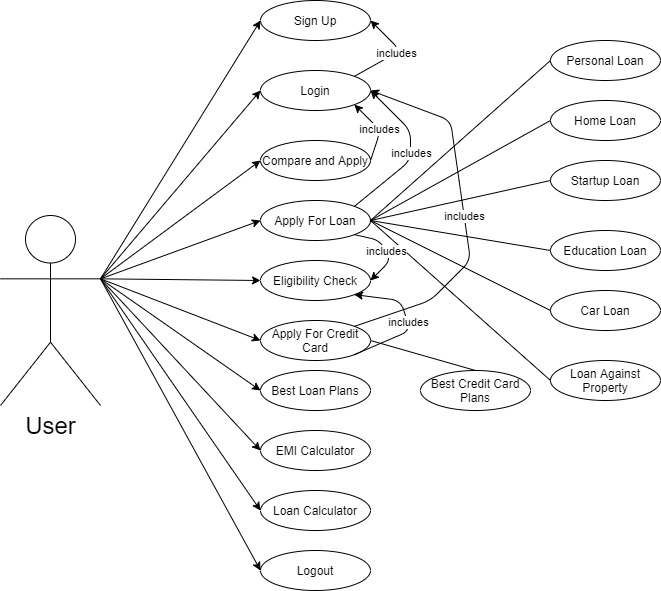
Before: Documentation/User Use Case Diagram.drawio.png, a diagram exported from draw.io (Arshad360/Easy-Bank). Source tidied: cells renumbered, new cells last; positions are measured from the earlier drawing's top-left corner, leaving out a move shared by most shapes. The source it was exported from:
```xml
<mxGraphModel>
  <root>
    <mxCell id="0" />
    <mxCell id="1" parent="0" />
    <mxCell id="2" style="endArrow=classic;html=1;exitX=1;exitY=0;exitDx=0;exitDy=0;entryX=1;entryY=0.5;entryDx=0;entryDy=0;" parent="1" edge="1" source="8" target="5">
      <mxGeometry relative="1" as="geometry">
        <Array as="points">
          <mxPoint x="410" y="160" />
          <mxPoint x="410" y="130" />
        </Array>
      </mxGeometry>
    </mxCell>
    <mxCell id="3" value="includes" style="edgeLabel;html=1;align=center;verticalAlign=middle;" parent="2" vertex="1">
      <mxGeometry relative="1" as="geometry" />
    </mxCell>
    <mxCell id="4" value="&lt;font style=&quot;font-size: 24px&quot;&gt;User&lt;/font&gt;" style="shape=umlActor;verticalLabelPosition=bottom;verticalAlign=top;html=1;outlineConnect=0;" parent="1" vertex="1">
      <mxGeometry y="215" width="100" height="190" as="geometry" />
    </mxCell>
    <mxCell id="5" value="Login" style="ellipse;whiteSpace=wrap;html=1;" parent="1" vertex="1">
      <mxGeometry x="260" y="70" width="110" height="40" as="geometry" />
    </mxCell>
    <mxCell id="6" value="Compare and Apply" style="ellipse;whiteSpace=wrap;html=1;" parent="1" vertex="1">
      <mxGeometry x="260" y="140" width="110" height="40" as="geometry" />
    </mxCell>
    <mxCell id="7" value="Apply For Credit Card" style="ellipse;whiteSpace=wrap;html=1;" parent="1" vertex="1">
      <mxGeometry x="260" y="320" width="110" height="40" as="geometry" />
    </mxCell>
    <mxCell id="8" value="Apply For Loan" style="ellipse;whiteSpace=wrap;html=1;" parent="1" vertex="1">
      <mxGeometry x="260" y="200" width="110" height="40" as="geometry" />
    </mxCell>
    <mxCell id="9" value="Sign Up" style="ellipse;whiteSpace=wrap;html=1;" parent="1" vertex="1">
      <mxGeometry x="260" width="110" height="40" as="geometry" />
    </mxCell>
    <mxCell id="10" value="Logout" style="ellipse;whiteSpace=wrap;html=1;" parent="1" vertex="1">
      <mxGeometry x="260" y="550" width="110" height="40" as="geometry" />
    </mxCell>
    <mxCell id="11" value="Eligibility Check" style="ellipse;whiteSpace=wrap;html=1;" parent="1" vertex="1">
      <mxGeometry x="260" y="260" width="110" height="40" as="geometry" />
    </mxCell>
    <mxCell id="12" value="Best Credit Card Plans" style="ellipse;whiteSpace=wrap;html=1;" parent="1" vertex="1">
      <mxGeometry x="420" y="370" width="110" height="40" as="geometry" />
    </mxCell>
    <mxCell id="13" value="Best Loan Plans" style="ellipse;whiteSpace=wrap;html=1;" parent="1" vertex="1">
      <mxGeometry x="260" y="370" width="110" height="40" as="geometry" />
    </mxCell>
    <mxCell id="14" value="Home Loan" style="ellipse;whiteSpace=wrap;html=1;" parent="1" vertex="1">
      <mxGeometry x="550" y="100" width="110" height="40" as="geometry" />
    </mxCell>
    <mxCell id="15" value="Startup Loan" style="ellipse;whiteSpace=wrap;html=1;" parent="1" vertex="1">
      <mxGeometry x="550" y="160" width="110" height="40" as="geometry" />
    </mxCell>
    <mxCell id="16" value="Education Loan" style="ellipse;whiteSpace=wrap;html=1;" parent="1" vertex="1">
      <mxGeometry x="550" y="230" width="110" height="40" as="geometry" />
    </mxCell>
    <mxCell id="17" value="Car Loan" style="ellipse;whiteSpace=wrap;html=1;" parent="1" vertex="1">
      <mxGeometry x="550" y="290" width="110" height="40" as="geometry" />
    </mxCell>
    <mxCell id="18" value="Loan Against Property" style="ellipse;whiteSpace=wrap;html=1;" parent="1" vertex="1">
      <mxGeometry x="550" y="360" width="110" height="40" as="geometry" />
    </mxCell>
    <mxCell id="19" value="Personal Loan" style="ellipse;whiteSpace=wrap;html=1;" parent="1" vertex="1">
      <mxGeometry x="550" y="40" width="110" height="40" as="geometry" />
    </mxCell>
    <mxCell id="20" style="endArrow=classic;html=1;exitX=1;exitY=0.3333333333333333;exitDx=0;exitDy=0;exitPerimeter=0;entryX=0;entryY=0.5;entryDx=0;entryDy=0;" parent="1" edge="1" source="4" target="9">
      <mxGeometry relative="1" as="geometry" />
    </mxCell>
    <mxCell id="21" style="endArrow=classic;html=1;exitX=1;exitY=0.3333333333333333;exitDx=0;exitDy=0;exitPerimeter=0;entryX=0;entryY=0.5;entryDx=0;entryDy=0;" parent="1" edge="1" source="4" target="5">
      <mxGeometry relative="1" as="geometry" />
    </mxCell>
    <mxCell id="22" style="endArrow=classic;html=1;entryX=0;entryY=0.5;entryDx=0;entryDy=0;exitX=1;exitY=0.3333333333333333;exitDx=0;exitDy=0;exitPerimeter=0;" parent="1" edge="1" source="4" target="6">
      <mxGeometry relative="1" as="geometry" />
    </mxCell>
    <mxCell id="23" style="endArrow=classic;html=1;entryX=0;entryY=0.5;entryDx=0;entryDy=0;exitX=1;exitY=0.3333333333333333;exitDx=0;exitDy=0;exitPerimeter=0;" parent="1" edge="1" source="4" target="8">
      <mxGeometry relative="1" as="geometry" />
    </mxCell>
    <mxCell id="24" style="endArrow=classic;html=1;entryX=0;entryY=0.5;entryDx=0;entryDy=0;exitX=1;exitY=0.3333333333333333;exitDx=0;exitDy=0;exitPerimeter=0;" parent="1" edge="1" source="4" target="11">
      <mxGeometry relative="1" as="geometry" />
    </mxCell>
    <mxCell id="25" style="endArrow=classic;html=1;entryX=0;entryY=0.5;entryDx=0;entryDy=0;exitX=1;exitY=0.3333333333333333;exitDx=0;exitDy=0;exitPerimeter=0;" parent="1" edge="1" source="4" target="7">
      <mxGeometry relative="1" as="geometry" />
    </mxCell>
    <mxCell id="26" style="endArrow=classic;html=1;exitX=1;exitY=0.3333333333333333;exitDx=0;exitDy=0;exitPerimeter=0;entryX=0;entryY=0.5;entryDx=0;entryDy=0;" parent="1" edge="1" source="4" target="13">
      <mxGeometry relative="1" as="geometry" />
    </mxCell>
    <mxCell id="27" style="endArrow=classic;html=1;exitX=1;exitY=0.3333333333333333;exitDx=0;exitDy=0;exitPerimeter=0;entryX=0;entryY=0.5;entryDx=0;entryDy=0;" parent="1" edge="1" source="4" target="10">
      <mxGeometry relative="1" as="geometry" />
    </mxCell>
    <mxCell id="28" style="endArrow=none;html=1;entryX=0;entryY=0.5;entryDx=0;entryDy=0;exitX=1;exitY=0.5;exitDx=0;exitDy=0;" parent="1" edge="1" source="8" target="14">
      <mxGeometry relative="1" as="geometry" />
    </mxCell>
    <mxCell id="29" style="endArrow=none;html=1;entryX=0;entryY=0.5;entryDx=0;entryDy=0;exitX=1;exitY=0.5;exitDx=0;exitDy=0;" parent="1" edge="1" source="8" target="15">
      <mxGeometry relative="1" as="geometry" />
    </mxCell>
    <mxCell id="30" style="endArrow=none;html=1;entryX=0;entryY=0.5;entryDx=0;entryDy=0;exitX=1;exitY=0.5;exitDx=0;exitDy=0;" parent="1" edge="1" source="8" target="16">
      <mxGeometry relative="1" as="geometry" />
    </mxCell>
    <mxCell id="31" style="endArrow=none;html=1;entryX=0;entryY=0.5;entryDx=0;entryDy=0;exitX=1;exitY=0.5;exitDx=0;exitDy=0;" parent="1" edge="1" source="8" target="17">
      <mxGeometry relative="1" as="geometry" />
    </mxCell>
    <mxCell id="32" style="endArrow=none;html=1;entryX=0;entryY=0.5;entryDx=0;entryDy=0;exitX=1;exitY=0.5;exitDx=0;exitDy=0;" parent="1" edge="1" source="8" target="18">
      <mxGeometry relative="1" as="geometry" />
    </mxCell>
    <mxCell id="33" style="endArrow=none;html=1;entryX=0;entryY=0.5;entryDx=0;entryDy=0;exitX=1;exitY=0.5;exitDx=0;exitDy=0;" parent="1" edge="1" source="8" target="19">
      <mxGeometry relative="1" as="geometry" />
    </mxCell>
    <mxCell id="34" style="endArrow=none;html=1;entryX=0.5;entryY=0;entryDx=0;entryDy=0;exitX=1;exitY=0.5;exitDx=0;exitDy=0;" parent="1" edge="1" source="7" target="12">
      <mxGeometry relative="1" as="geometry" />
    </mxCell>
    <mxCell id="35" value="Loan Calculator" style="ellipse;whiteSpace=wrap;html=1;" parent="1" vertex="1">
      <mxGeometry x="260" y="490" width="110" height="40" as="geometry" />
    </mxCell>
    <mxCell id="36" value="EMI Calculator" style="ellipse;whiteSpace=wrap;html=1;" parent="1" vertex="1">
      <mxGeometry x="260" y="430" width="110" height="40" as="geometry" />
    </mxCell>
    <mxCell id="37" style="endArrow=classic;html=1;entryX=0;entryY=0.5;entryDx=0;entryDy=0;exitX=1;exitY=0.3333333333333333;exitDx=0;exitDy=0;exitPerimeter=0;" parent="1" edge="1" source="4" target="35">
      <mxGeometry relative="1" as="geometry" />
    </mxCell>
    <mxCell id="38" style="endArrow=classic;html=1;exitX=1;exitY=0.3333333333333333;exitDx=0;exitDy=0;exitPerimeter=0;entryX=0;entryY=0.5;entryDx=0;entryDy=0;" parent="1" edge="1" source="4" target="36">
      <mxGeometry relative="1" as="geometry" />
    </mxCell>
    <mxCell id="39" style="endArrow=classic;html=1;exitX=1;exitY=0;exitDx=0;exitDy=0;entryX=1;entryY=0.5;entryDx=0;entryDy=0;" parent="1" edge="1" source="5" target="9">
      <mxGeometry relative="1" as="geometry">
        <Array as="points">
          <mxPoint x="400" y="50" />
        </Array>
      </mxGeometry>
    </mxCell>
    <mxCell id="40" value="includes" style="edgeLabel;html=1;align=center;verticalAlign=middle;" parent="39" vertex="1">
      <mxGeometry relative="1" as="geometry" />
    </mxCell>
    <mxCell id="41" style="endArrow=classic;html=1;exitX=1;exitY=0.5;exitDx=0;exitDy=0;entryX=1;entryY=1;entryDx=0;entryDy=0;" parent="1" edge="1" source="6" target="5">
      <mxGeometry relative="1" as="geometry">
        <Array as="points">
          <mxPoint x="380" y="130" />
        </Array>
      </mxGeometry>
    </mxCell>
    <mxCell id="42" value="includes" style="edgeLabel;html=1;align=center;verticalAlign=middle;" parent="41" vertex="1">
      <mxGeometry relative="1" as="geometry" />
    </mxCell>
    <mxCell id="43" style="endArrow=classic;html=1;exitX=1;exitY=1;exitDx=0;exitDy=0;entryX=1;entryY=0.5;entryDx=0;entryDy=0;" parent="1" edge="1" source="8" target="11">
      <mxGeometry relative="1" as="geometry">
        <Array as="points">
          <mxPoint x="380" y="240" />
          <mxPoint x="390" y="260" />
        </Array>
      </mxGeometry>
    </mxCell>
    <mxCell id="44" value="includes" style="edgeLabel;html=1;align=center;verticalAlign=middle;" parent="43" vertex="1">
      <mxGeometry relative="1" as="geometry" />
    </mxCell>
    <mxCell id="45" style="endArrow=classic;html=1;exitX=1;exitY=1;exitDx=0;exitDy=0;entryX=1;entryY=1;entryDx=0;entryDy=0;" parent="1" edge="1" source="7" target="11">
      <mxGeometry relative="1" as="geometry">
        <Array as="points">
          <mxPoint x="410" y="330" />
          <mxPoint x="400" y="300" />
        </Array>
      </mxGeometry>
    </mxCell>
    <mxCell id="46" value="includes" style="edgeLabel;html=1;align=center;verticalAlign=middle;" parent="45" vertex="1">
      <mxGeometry relative="1" as="geometry" />
    </mxCell>
    <mxCell id="47" style="endArrow=classic;html=1;exitX=1;exitY=0;exitDx=0;exitDy=0;entryX=1;entryY=0.5;entryDx=0;entryDy=0;" parent="1" edge="1" source="7" target="5">
      <mxGeometry relative="1" as="geometry">
        <Array as="points">
          <mxPoint x="430" y="300" />
          <mxPoint x="470" y="260" />
          <mxPoint x="460" y="190" />
          <mxPoint x="450" y="120" />
        </Array>
      </mxGeometry>
    </mxCell>
    <mxCell id="48" value="includes" style="edgeLabel;html=1;align=center;verticalAlign=middle;" parent="47" vertex="1">
      <mxGeometry relative="1" as="geometry" />
    </mxCell>
  </root>
</mxGraphModel>
```
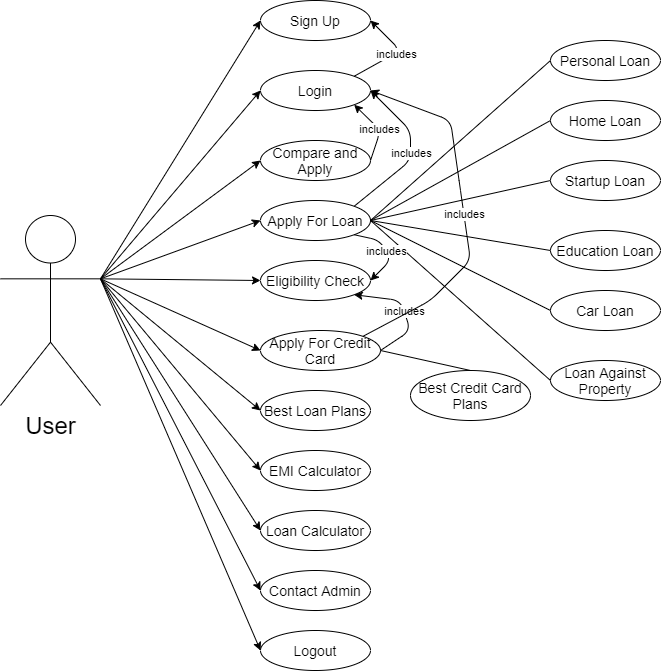
Later version of the same file.

The edit, as a diff of the source:
```diff
@@ -16,49 +16,49 @@
     <mxCell id="4" value="&lt;font style=&quot;font-size: 24px&quot;&gt;User&lt;/font&gt;" style="shape=umlActor;verticalLabelPosition=bottom;verticalAlign=top;html=1;outlineConnect=0;" parent="1" vertex="1">
       <mxGeometry y="215" width="100" height="190" as="geometry" />
     </mxCell>
-    <mxCell id="5" value="Login" style="ellipse;whiteSpace=wrap;html=1;" parent="1" vertex="1">
+    <mxCell id="5" value="&lt;font style=&quot;font-size: 14px&quot;&gt;Login&lt;/font&gt;" style="ellipse;whiteSpace=wrap;html=1;" parent="1" vertex="1">
       <mxGeometry x="260" y="70" width="110" height="40" as="geometry" />
     </mxCell>
-    <mxCell id="6" value="Compare and Apply" style="ellipse;whiteSpace=wrap;html=1;" parent="1" vertex="1">
+    <mxCell id="6" value="&lt;font style=&quot;font-size: 14px&quot;&gt;Compare and Apply&lt;/font&gt;" style="ellipse;whiteSpace=wrap;html=1;" parent="1" vertex="1">
       <mxGeometry x="260" y="140" width="110" height="40" as="geometry" />
     </mxCell>
-    <mxCell id="7" value="Apply For Credit Card" style="ellipse;whiteSpace=wrap;html=1;" parent="1" vertex="1">
-      <mxGeometry x="260" y="320" width="110" height="40" as="geometry" />
+    <mxCell id="7" value="&lt;font style=&quot;font-size: 14px&quot;&gt;Apply For Credit Card&lt;/font&gt;" style="ellipse;whiteSpace=wrap;html=1;" parent="1" vertex="1">
+      <mxGeometry x="260" y="330" width="120" height="40" as="geometry" />
     </mxCell>
-    <mxCell id="8" value="Apply For Loan" style="ellipse;whiteSpace=wrap;html=1;" parent="1" vertex="1">
+    <mxCell id="8" value="&lt;font style=&quot;font-size: 14px&quot;&gt;Apply For Loan&lt;/font&gt;" style="ellipse;whiteSpace=wrap;html=1;" parent="1" vertex="1">
       <mxGeometry x="260" y="200" width="110" height="40" as="geometry" />
     </mxCell>
-    <mxCell id="9" value="Sign Up" style="ellipse;whiteSpace=wrap;html=1;" parent="1" vertex="1">
+    <mxCell id="9" value="&lt;font style=&quot;font-size: 14px&quot;&gt;Sign Up&lt;/font&gt;" style="ellipse;whiteSpace=wrap;html=1;" parent="1" vertex="1">
       <mxGeometry x="260" width="110" height="40" as="geometry" />
     </mxCell>
-    <mxCell id="10" value="Logout" style="ellipse;whiteSpace=wrap;html=1;" parent="1" vertex="1">
-      <mxGeometry x="260" y="550" width="110" height="40" as="geometry" />
+    <mxCell id="10" value="&lt;font style=&quot;font-size: 14px&quot;&gt;Logout&lt;/font&gt;" style="ellipse;whiteSpace=wrap;html=1;" parent="1" vertex="1">
+      <mxGeometry x="260" y="630" width="110" height="40" as="geometry" />
     </mxCell>
-    <mxCell id="11" value="Eligibility Check" style="ellipse;whiteSpace=wrap;html=1;" parent="1" vertex="1">
+    <mxCell id="11" value="&lt;font style=&quot;font-size: 14px&quot;&gt;Eligibility Check&lt;/font&gt;" style="ellipse;whiteSpace=wrap;html=1;" parent="1" vertex="1">
       <mxGeometry x="260" y="260" width="110" height="40" as="geometry" />
     </mxCell>
-    <mxCell id="12" value="Best Credit Card Plans" style="ellipse;whiteSpace=wrap;html=1;" parent="1" vertex="1">
-      <mxGeometry x="420" y="370" width="110" height="40" as="geometry" />
+    <mxCell id="12" value="&lt;font style=&quot;font-size: 14px&quot;&gt;Best Credit Card Plans&lt;/font&gt;" style="ellipse;whiteSpace=wrap;html=1;" parent="1" vertex="1">
+      <mxGeometry x="410" y="370" width="120" height="50" as="geometry" />
     </mxCell>
-    <mxCell id="13" value="Best Loan Plans" style="ellipse;whiteSpace=wrap;html=1;" parent="1" vertex="1">
-      <mxGeometry x="260" y="370" width="110" height="40" as="geometry" />
+    <mxCell id="13" value="&lt;font style=&quot;font-size: 14px&quot;&gt;Best Loan Plans&lt;/font&gt;" style="ellipse;whiteSpace=wrap;html=1;" parent="1" vertex="1">
+      <mxGeometry x="260" y="390" width="110" height="40" as="geometry" />
     </mxCell>
-    <mxCell id="14" value="Home Loan" style="ellipse;whiteSpace=wrap;html=1;" parent="1" vertex="1">
+    <mxCell id="14" value="&lt;font style=&quot;font-size: 14px&quot;&gt;Home Loan&lt;/font&gt;" style="ellipse;whiteSpace=wrap;html=1;" parent="1" vertex="1">
       <mxGeometry x="550" y="100" width="110" height="40" as="geometry" />
     </mxCell>
-    <mxCell id="15" value="Startup Loan" style="ellipse;whiteSpace=wrap;html=1;" parent="1" vertex="1">
+    <mxCell id="15" value="&lt;font style=&quot;font-size: 14px&quot;&gt;Startup Loan&lt;/font&gt;" style="ellipse;whiteSpace=wrap;html=1;" parent="1" vertex="1">
       <mxGeometry x="550" y="160" width="110" height="40" as="geometry" />
     </mxCell>
-    <mxCell id="16" value="Education Loan" style="ellipse;whiteSpace=wrap;html=1;" parent="1" vertex="1">
+    <mxCell id="16" value="&lt;font style=&quot;font-size: 14px&quot;&gt;Education Loan&lt;/font&gt;" style="ellipse;whiteSpace=wrap;html=1;" parent="1" vertex="1">
       <mxGeometry x="550" y="230" width="110" height="40" as="geometry" />
     </mxCell>
-    <mxCell id="17" value="Car Loan" style="ellipse;whiteSpace=wrap;html=1;" parent="1" vertex="1">
+    <mxCell id="17" value="&lt;font style=&quot;font-size: 14px&quot;&gt;Car Loan&lt;/font&gt;" style="ellipse;whiteSpace=wrap;html=1;" parent="1" vertex="1">
       <mxGeometry x="550" y="290" width="110" height="40" as="geometry" />
     </mxCell>
-    <mxCell id="18" value="Loan Against Property" style="ellipse;whiteSpace=wrap;html=1;" parent="1" vertex="1">
+    <mxCell id="18" value="&lt;font style=&quot;font-size: 14px&quot;&gt;Loan Against Property&lt;/font&gt;" style="ellipse;whiteSpace=wrap;html=1;" parent="1" vertex="1">
       <mxGeometry x="550" y="360" width="110" height="40" as="geometry" />
     </mxCell>
-    <mxCell id="19" value="Personal Loan" style="ellipse;whiteSpace=wrap;html=1;" parent="1" vertex="1">
+    <mxCell id="19" value="&lt;font style=&quot;font-size: 14px&quot;&gt;Personal Loan&lt;/font&gt;" style="ellipse;whiteSpace=wrap;html=1;" parent="1" vertex="1">
       <mxGeometry x="550" y="40" width="110" height="40" as="geometry" />
     </mxCell>
     <mxCell id="20" style="endArrow=classic;html=1;exitX=1;exitY=0.3333333333333333;exitDx=0;exitDy=0;exitPerimeter=0;entryX=0;entryY=0.5;entryDx=0;entryDy=0;" parent="1" edge="1" source="4" target="9">
@@ -106,11 +106,11 @@
     <mxCell id="34" style="endArrow=none;html=1;entryX=0.5;entryY=0;entryDx=0;entryDy=0;exitX=1;exitY=0.5;exitDx=0;exitDy=0;" parent="1" edge="1" source="7" target="12">
       <mxGeometry relative="1" as="geometry" />
     </mxCell>
-    <mxCell id="35" value="Loan Calculator" style="ellipse;whiteSpace=wrap;html=1;" parent="1" vertex="1">
-      <mxGeometry x="260" y="490" width="110" height="40" as="geometry" />
+    <mxCell id="35" value="&lt;font style=&quot;font-size: 14px&quot;&gt;Loan Calculator&lt;/font&gt;" style="ellipse;whiteSpace=wrap;html=1;" parent="1" vertex="1">
+      <mxGeometry x="260" y="510" width="110" height="40" as="geometry" />
     </mxCell>
-    <mxCell id="36" value="EMI Calculator" style="ellipse;whiteSpace=wrap;html=1;" parent="1" vertex="1">
-      <mxGeometry x="260" y="430" width="110" height="40" as="geometry" />
+    <mxCell id="36" value="&lt;font style=&quot;font-size: 14px&quot;&gt;EMI Calculator&lt;/font&gt;" style="ellipse;whiteSpace=wrap;html=1;" parent="1" vertex="1">
+      <mxGeometry x="260" y="450" width="110" height="40" as="geometry" />
     </mxCell>
     <mxCell id="37" style="endArrow=classic;html=1;entryX=0;entryY=0.5;entryDx=0;entryDy=0;exitX=1;exitY=0.3333333333333333;exitDx=0;exitDy=0;exitPerimeter=0;" parent="1" edge="1" source="4" target="35">
       <mxGeometry relative="1" as="geometry" />
@@ -149,7 +149,7 @@
     <mxCell id="44" value="includes" style="edgeLabel;html=1;align=center;verticalAlign=middle;" parent="43" vertex="1">
       <mxGeometry relative="1" as="geometry" />
     </mxCell>
-    <mxCell id="45" style="endArrow=classic;html=1;exitX=1;exitY=1;exitDx=0;exitDy=0;entryX=1;entryY=1;entryDx=0;entryDy=0;" parent="1" edge="1" source="7" target="11">
+    <mxCell id="45" style="endArrow=classic;html=1;exitX=1;exitY=0.5;exitDx=0;exitDy=0;entryX=1;entryY=1;entryDx=0;entryDy=0;" parent="1" edge="1" source="7" target="11">
       <mxGeometry relative="1" as="geometry">
         <Array as="points">
           <mxPoint x="410" y="330" />
@@ -173,5 +173,11 @@
     <mxCell id="48" value="includes" style="edgeLabel;html=1;align=center;verticalAlign=middle;" parent="47" vertex="1">
       <mxGeometry relative="1" as="geometry" />
     </mxCell>
+    <mxCell id="49" value="&lt;font style=&quot;font-size: 14px&quot;&gt;Contact Admin&lt;/font&gt;" style="ellipse;whiteSpace=wrap;html=1;" parent="1" vertex="1">
+      <mxGeometry x="260" y="570" width="110" height="40" as="geometry" />
+    </mxCell>
+    <mxCell id="50" style="endArrow=classic;html=1;exitX=1;exitY=0.3333333333333333;exitDx=0;exitDy=0;exitPerimeter=0;entryX=0;entryY=0.5;entryDx=0;entryDy=0;" parent="1" edge="1" source="4" target="49">
+      <mxGeometry relative="1" as="geometry" />
+    </mxCell>
   </root>
 </mxGraphModel>
```
